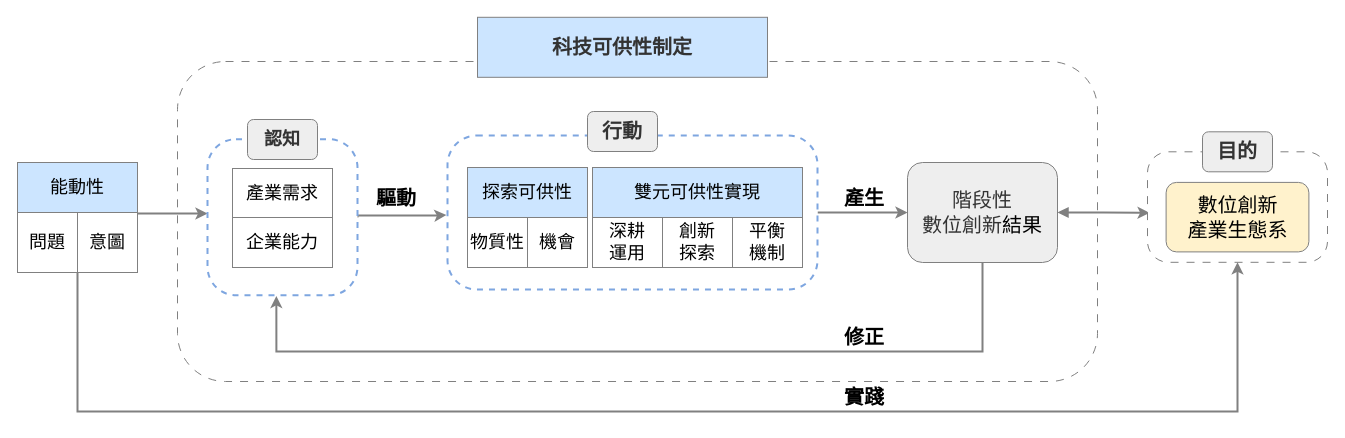
The draw.io diagram 論文ver1/圖片/frontier enactment theroy_v9.drawio in carina419/NTUST, before the edit. Source tidied: cells renumbered, new cells numbered last; positions are measured from the earlier drawing's top-left corner, leaving out a move shared by most shapes. Both pictures are drawn from the tidied source at 100%, with x=0, y=0 at pixel (17, 17).
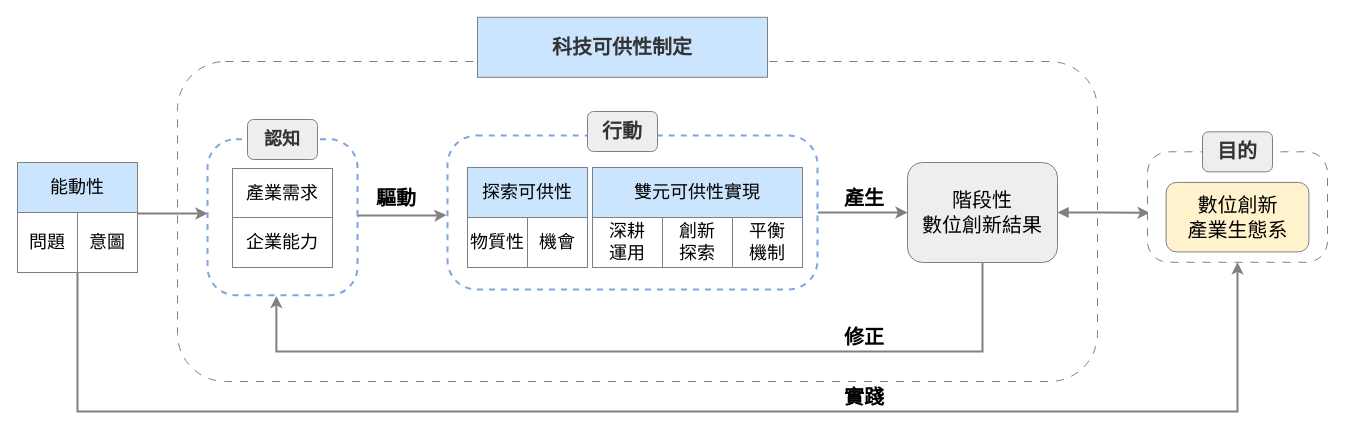
Above is the later version.

The edit, as a diff of the source:
```diff
@@
-    <mxCell id="11" value="&lt;div&gt;&lt;font style=&quot;font-size: 20px;&quot; color=&quot;#333333&quot;&gt;階段性&lt;/font&gt;&lt;/div&gt;&lt;div&gt;&lt;font style=&quot;font-size: 20px;&quot; color=&quot;#333333&quot;&gt;數位創新&lt;/font&gt;&lt;span style=&quot;font-size: 20px; background-color: transparent; color: light-dark(rgb(0, 0, 0), rgb(255, 255, 255));&quot;&gt;結果&lt;/span&gt;&lt;/div&gt;" style="rounded=1;whiteSpace=wrap;html=1;strokeColor=#808080;fillColor=#eeeeee;fontFamily=標楷體;fontSize=18;fontStyle=0;align=center;verticalAlign=middle;fontColor=default;" parent="1" vertex="1">
+    <mxCell id="11" value="&lt;div&gt;&lt;font style=&quot;font-size: 20px; color: rgb(0, 0, 0);&quot;&gt;階段性&lt;/font&gt;&lt;/div&gt;&lt;div&gt;&lt;font style=&quot;color: rgb(0, 0, 0);&quot;&gt;&lt;font style=&quot;font-size: 20px;&quot;&gt;數位創新&lt;/font&gt;&lt;span style=&quot;font-size: 20px; background-color: transparent;&quot;&gt;結果&lt;/span&gt;&lt;/font&gt;&lt;/div&gt;" style="rounded=1;whiteSpace=wrap;html=1;strokeColor=#808080;fillColor=#eeeeee;fontFamily=標楷體;fontSize=18;fontStyle=0;align=center;verticalAlign=middle;fontColor=default;" parent="1" vertex="1">
       <mxGeometry x="890" y="145" width="150" height="100" as="geometry" />
     </mxCell>
```
